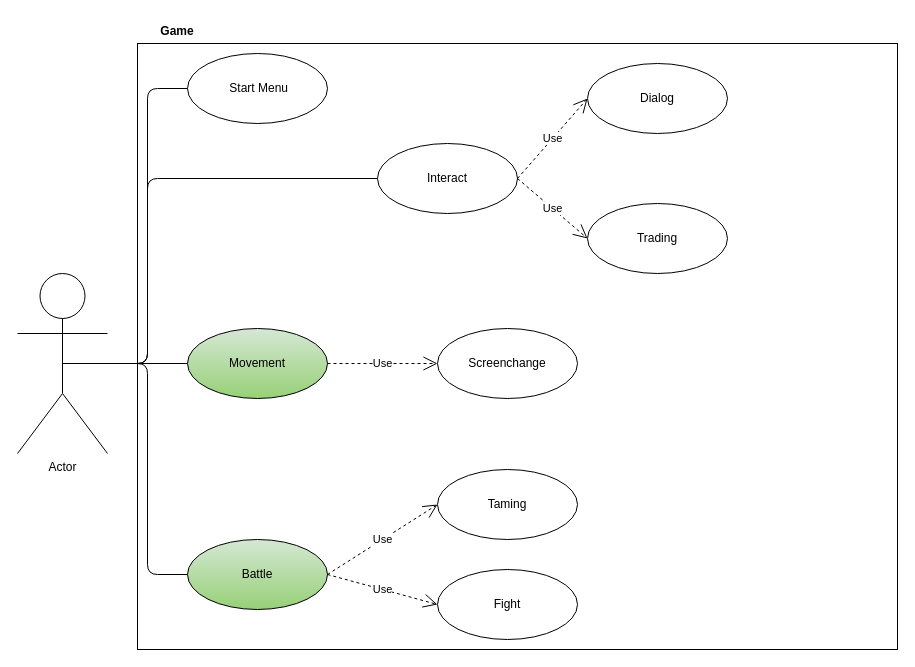
Above: use_cases.drawio in LittleBeasts/documentation (draw.io), before the change. Source tidied: cells renumbered, new cells numbered last; positions are measured from the earlier drawing's top-left corner, leaving out a move shared by most shapes. Both pictures are drawn from the tidied source at 100%, with x=0, y=0 at pixel (17, 17).
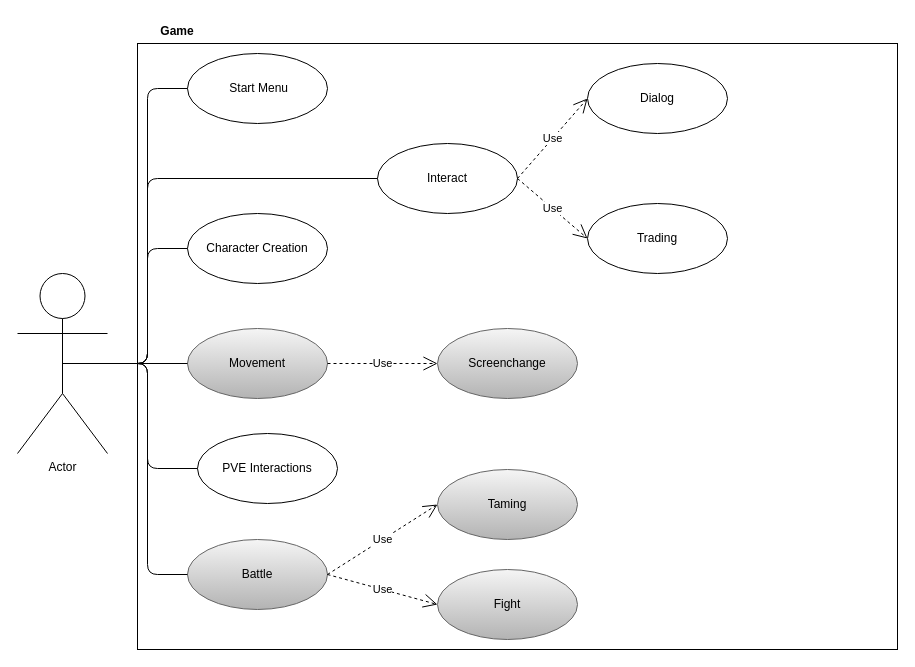
The same page after the edit.

The change refers to these unchanged cells:
```xml
<mxCell id="2" value="Actor" style="shape=umlActor;verticalLabelPosition=bottom;verticalAlign=top;html=1;outlineConnect=0;" parent="1" vertex="1">
  <mxGeometry y="256" width="90" height="180" as="geometry" />
</mxCell>
```

Diff of the diagram source:
```diff
@@
-    <mxCell id="5" value="Movement" style="ellipse;whiteSpace=wrap;html=1;fillColor=#d5e8d4;gradientColor=#97d077;" parent="1" vertex="1">
+    <mxCell id="5" value="Movement" style="ellipse;whiteSpace=wrap;html=1;fillColor=#f5f5f5;gradientColor=#b3b3b3;strokeColor=#666666;" parent="1" vertex="1">
       <mxGeometry x="170" y="311" width="140" height="70" as="geometry" />
     </mxCell>
-    <mxCell id="6" value="Taming" style="ellipse;whiteSpace=wrap;html=1;" parent="1" vertex="1">
+    <mxCell id="6" value="Taming" style="ellipse;whiteSpace=wrap;html=1;gradientColor=#b3b3b3;fillColor=#f5f5f5;strokeColor=#666666;" parent="1" vertex="1">
       <mxGeometry x="420" y="452" width="140" height="70" as="geometry" />
     </mxCell>
-    <mxCell id="7" value="Battle" style="ellipse;whiteSpace=wrap;html=1;fillColor=#d5e8d4;gradientColor=#97d077;" parent="1" vertex="1">
+    <mxCell id="7" value="Battle" style="ellipse;whiteSpace=wrap;html=1;fillColor=#f5f5f5;gradientColor=#b3b3b3;strokeColor=#666666;" parent="1" vertex="1">
       <mxGeometry x="170" y="522" width="140" height="70" as="geometry" />
     </mxCell>
@@
-    <mxCell id="9" value="Fight" style="ellipse;whiteSpace=wrap;html=1;" parent="1" vertex="1">
+    <mxCell id="9" value="Fight" style="ellipse;whiteSpace=wrap;html=1;gradientColor=#b3b3b3;fillColor=#f5f5f5;strokeColor=#666666;" parent="1" vertex="1">
       <mxGeometry x="420" y="552" width="140" height="70" as="geometry" />
     </mxCell>
@@
-    <mxCell id="21" value="Screenchange" style="ellipse;whiteSpace=wrap;html=1;" parent="1" vertex="1">
+    <mxCell id="21" value="Screenchange" style="ellipse;whiteSpace=wrap;html=1;gradientColor=#b3b3b3;fillColor=#f5f5f5;strokeColor=#666666;" parent="1" vertex="1">
       <mxGeometry x="420" y="311" width="140" height="70" as="geometry" />
     </mxCell>
@@
+    <mxCell id="23" value="Character Creation" style="ellipse;whiteSpace=wrap;html=1;strokeColor=#000000;" parent="1" vertex="1">
+      <mxGeometry x="170" y="196" width="140" height="70" as="geometry" />
+    </mxCell>
+    <mxCell id="24" style="endArrow=none;html=1;edgeStyle=orthogonalEdgeStyle;exitX=0.5;exitY=0.5;exitDx=0;exitDy=0;exitPerimeter=0;entryX=0;entryY=0.5;entryDx=0;entryDy=0;" parent="1" edge="1" source="2" target="23">
+      <mxGeometry relative="1" as="geometry" />
+    </mxCell>
+    <mxCell id="25" value="PVE Interactions" style="ellipse;whiteSpace=wrap;html=1;strokeColor=#000000;" parent="1" vertex="1">
+      <mxGeometry x="180" y="416" width="140" height="70" as="geometry" />
+    </mxCell>
+    <mxCell id="26" style="endArrow=none;html=1;edgeStyle=orthogonalEdgeStyle;exitX=0.5;exitY=0.5;exitDx=0;exitDy=0;exitPerimeter=0;entryX=0;entryY=0.5;entryDx=0;entryDy=0;" parent="1" edge="1" source="2" target="25">
+      <mxGeometry relative="1" as="geometry">
+        <Array as="points">
+          <mxPoint x="130" y="346" />
+          <mxPoint x="130" y="451" />
+        </Array>
+      </mxGeometry>
+    </mxCell>
```
